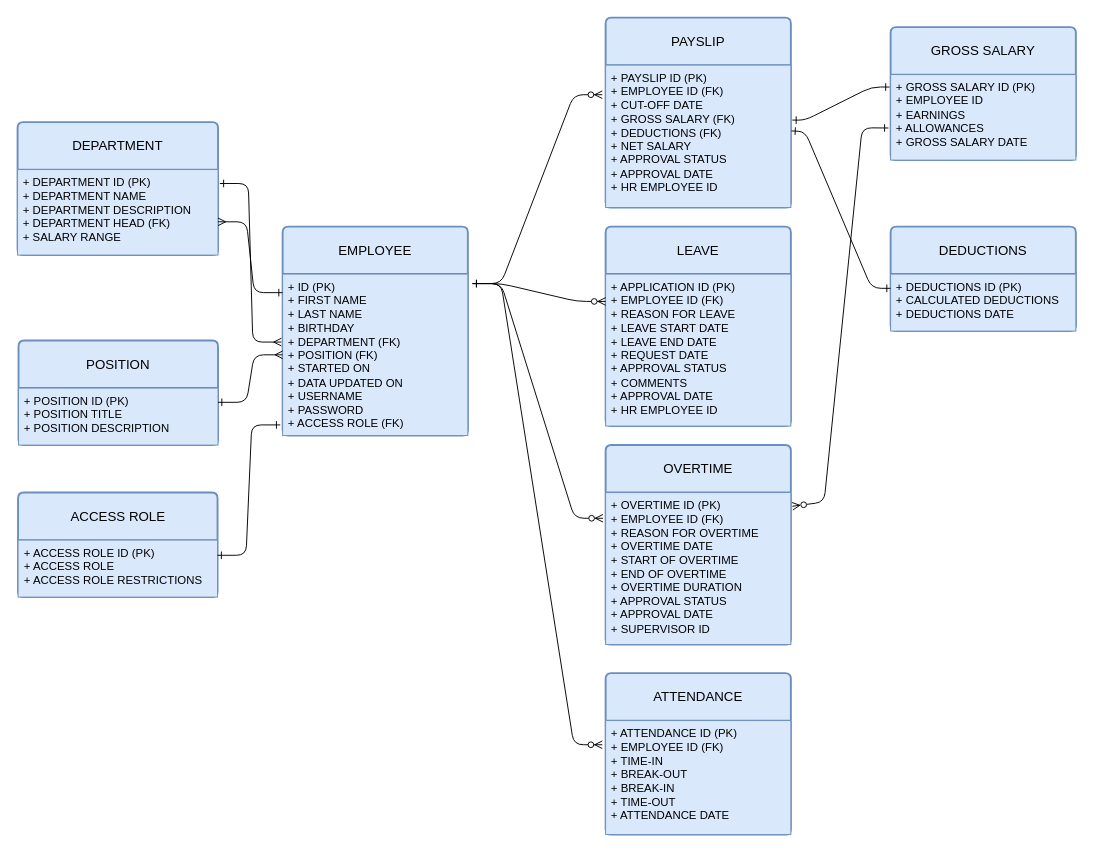
zephyrstorm123/MO-IT107-Worksheet3-ERD keeps this draw.io diagram as MO-IT107-ERD.drawio. Above is the earlier version. Source tidied: cells renumbered, new cells numbered last; positions are measured from the earlier drawing's top-left corner, leaving out a move shared by most shapes. Both pictures are drawn from the tidied source at 95%, with x=0, y=0 at pixel (-16, 17).
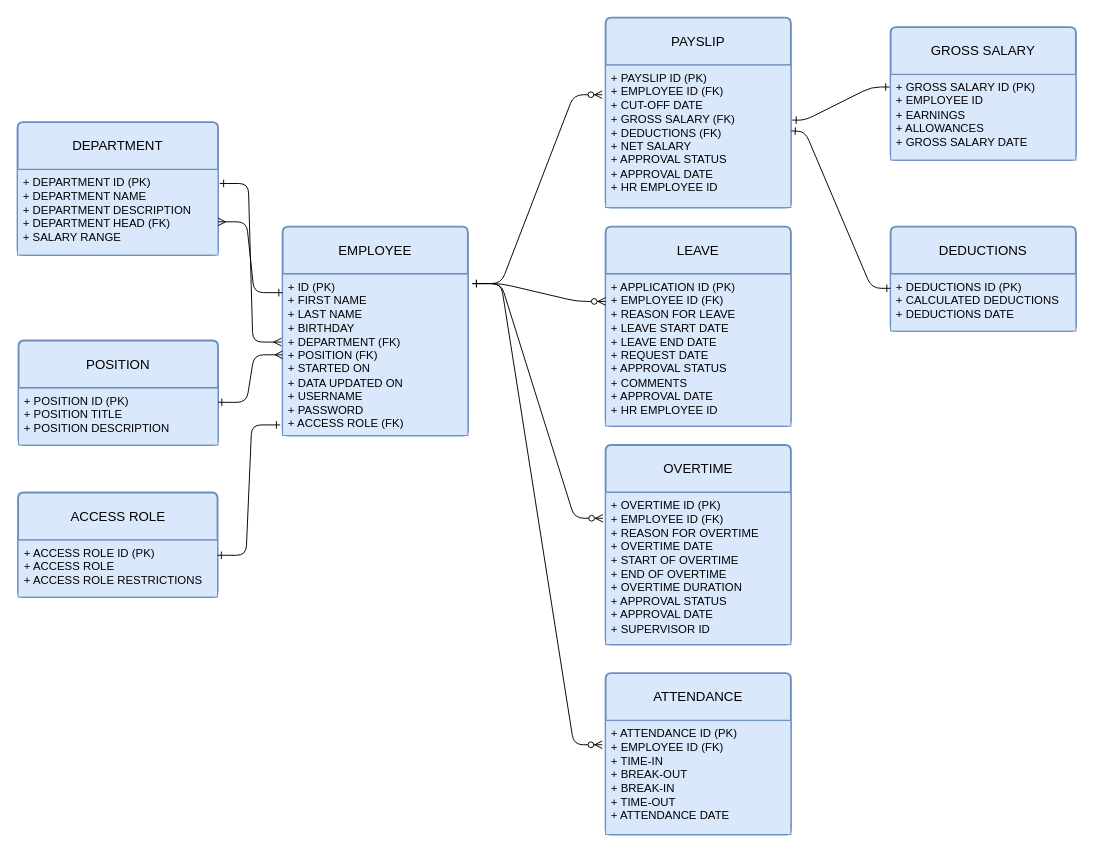
The same diagram, later.

Unchanged cells that the change refers to:
```xml
<mxCell id="10" value="+ OVERTIME ID (PK)&lt;br style=&quot;border-color: var(--border-color);&quot;&gt;+ EMPLOYEE ID (FK)&lt;br style=&quot;border-color: var(--border-color);&quot;&gt;+ REASON FOR OVERTIME&lt;br style=&quot;border-color: var(--border-color);&quot;&gt;+ OVERTIME DATE&lt;br&gt;+ START OF OVERTIME&lt;br&gt;+ END OF OVERTIME&lt;br style=&quot;border-color: var(--border-color);&quot;&gt;+ OVERTIME DURATION&lt;br style=&quot;border-color: var(--border-color);&quot;&gt;+ APPROVAL STATUS&lt;br&gt;+ APPROVAL DATE&lt;br style=&quot;border-color: var(--border-color);&quot;&gt;+ SUPERVISOR ID" style="align=left;strokeColor=#6c8ebf;fillColor=#dae8fc;spacingLeft=4;fontSize=12;verticalAlign=top;html=1;" parent="9" vertex="1">
  <mxGeometry y="50" width="195" height="160" as="geometry" />
</mxCell>
<mxCell id="31" value="+ GROSS SALARY ID (PK)&lt;br&gt;+ EMPLOYEE ID&lt;br&gt;+ EARNINGS&lt;br&gt;+ ALLOWANCES&lt;br&gt;+ GROSS SALARY DATE" style="align=left;strokeColor=#6c8ebf;fillColor=#dae8fc;spacingLeft=4;fontSize=12;verticalAlign=top;html=1;" parent="30" vertex="1">
  <mxGeometry y="50" width="195" height="90" as="geometry" />
</mxCell>
```

What changed in the source:
```diff
@@
-    <mxCell id="32" style="curved=0;endArrow=ERone;html=1;rounded=1;entryX=-0.012;entryY=0.625;entryDx=0;entryDy=0;exitX=1.008;exitY=0.09;exitDx=0;exitDy=0;exitPerimeter=0;startArrow=ERzeroToMany;startFill=0;endFill=0;entryPerimeter=0;" parent="1" edge="1" source="10" target="31">
-      <mxGeometry relative="1" as="geometry">
-        <Array as="points">
-          <mxPoint x="884" y="510" />
-          <mxPoint x="924" y="116" />
-        </Array>
-      </mxGeometry>
-    </mxCell>
```
